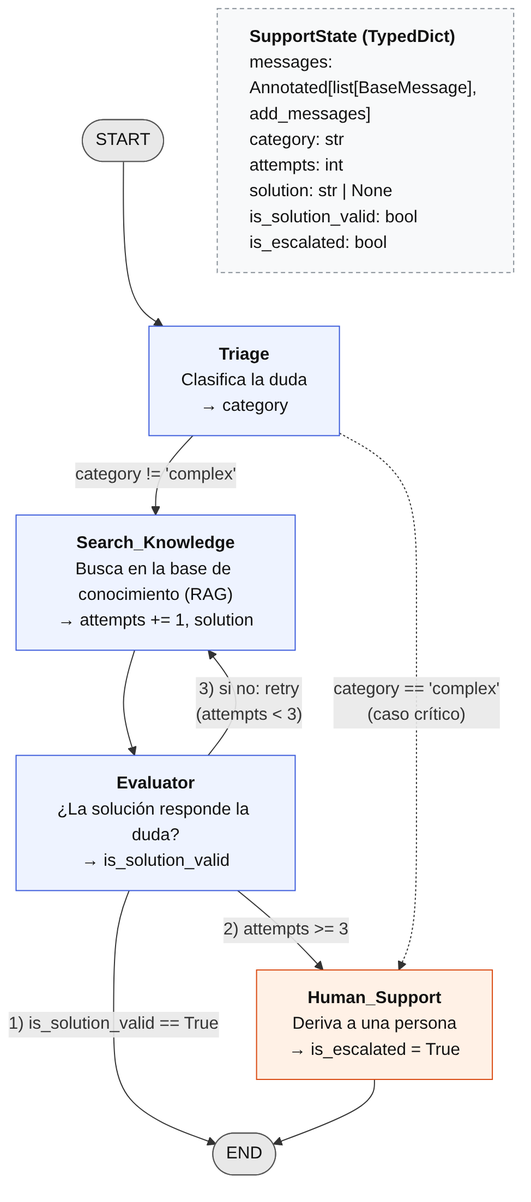
Before: modulo-05-langgraph/ejercicio-diseno-grafo/diagrama.png, a diagram exported from Mermaid (javiacuna/ai-engineering-coderhouse). Its source is kept beside it as modulo-05-langgraph/ejercicio-diseno-grafo/diagrama.mmd. Source of this version:
```mermaid
flowchart TD
    START([START])
    TRIAGE["<b>Triage</b><br/>Clasifica la duda<br/>→ category"]
    SEARCH["<b>Search_Knowledge</b><br/>Busca en la base de conocimiento (RAG)<br/>→ attempts += 1, solution"]
    EVAL["<b>Evaluator</b><br/>¿La solución responde la duda?<br/>→ is_solution_valid"]
    HUMAN["<b>Human_Support</b><br/>Deriva a una persona<br/>→ is_escalated = True"]
    END_NODE([END])

    START --> TRIAGE
    TRIAGE -- "category != 'complex'" --> SEARCH
    TRIAGE -. "category == 'complex'<br/>(caso crítico)" .-> HUMAN
    SEARCH --> EVAL
    EVAL -- "1) is_solution_valid == True" --> END_NODE
    EVAL -- "2) attempts >= 3" --> HUMAN
    EVAL -- "3) si no: retry<br/>(attempts < 3)" --> SEARCH
    HUMAN --> END_NODE

    STATE["<b>SupportState (TypedDict)</b><br/>messages: Annotated[list[BaseMessage], add_messages]<br/>category: str<br/>attempts: int<br/>solution: str | None<br/>is_solution_valid: bool<br/>is_escalated: bool"]
    STATE ~~~ TRIAGE

    classDef terminal fill:#e8e8e8,stroke:#555,color:#111
    classDef node fill:#eef3ff,stroke:#3b5bdb,color:#111
    classDef human fill:#fff1e6,stroke:#d9480f,color:#111
    classDef state fill:#f8f9fa,stroke:#868e96,stroke-dasharray:4 3,color:#111,text-align:left
    class START,END_NODE terminal
    class TRIAGE,SEARCH,EVAL node
    class HUMAN human
    class STATE state
```
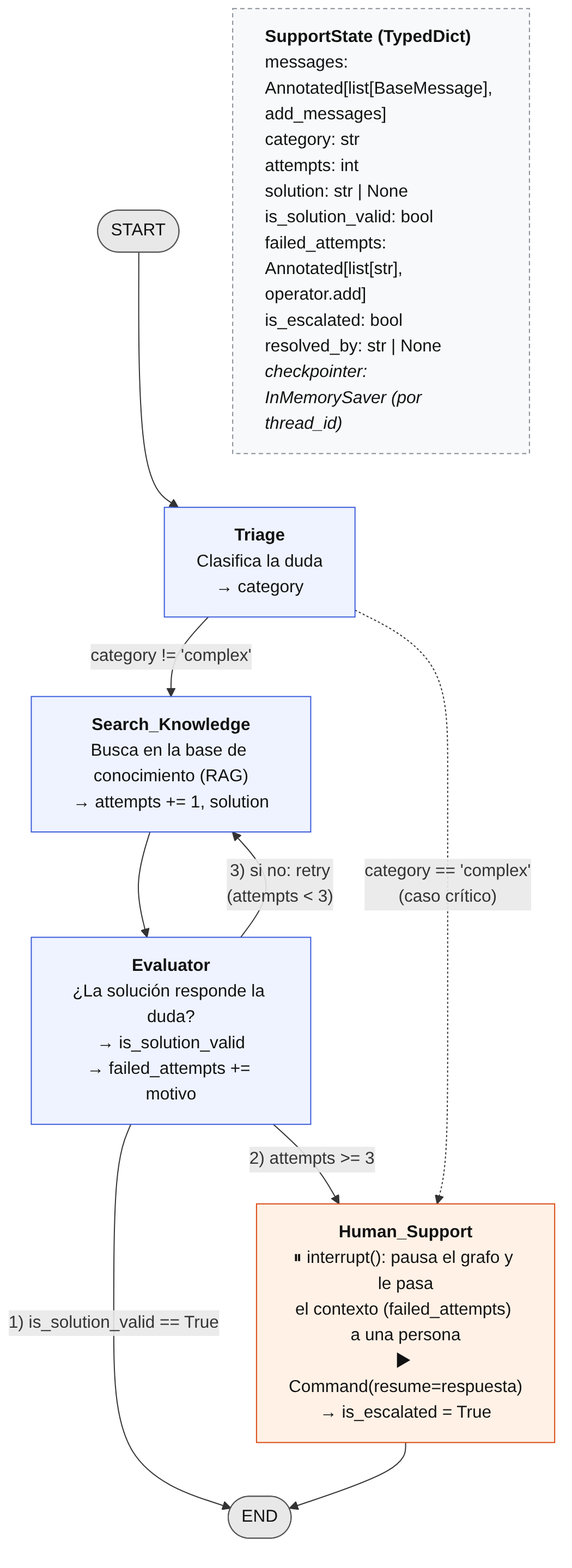
Above is the later version.

Commit message:
Module 5: audit trail and human-in-the-loop with checkpoints

What changed in the source:
```diff
@@ -2,8 +2,8 @@
     START([START])
     TRIAGE["<b>Triage</b><br/>Clasifica la duda<br/>→ category"]
     SEARCH["<b>Search_Knowledge</b><br/>Busca en la base de conocimiento (RAG)<br/>→ attempts += 1, solution"]
-    EVAL["<b>Evaluator</b><br/>¿La solución responde la duda?<br/>→ is_solution_valid"]
-    HUMAN["<b>Human_Support</b><br/>Deriva a una persona<br/>→ is_escalated = True"]
+    EVAL["<b>Evaluator</b><br/>¿La solución responde la duda?<br/>→ is_solution_valid<br/>→ failed_attempts += motivo"]
+    HUMAN["<b>Human_Support</b><br/>⏸ interrupt(): pausa el grafo y le pasa<br/>el contexto (failed_attempts) a una persona<br/>▶ Command(resume=respuesta)<br/>→ is_escalated = True"]
     END_NODE([END])
 
     START --> TRIAGE
@@ -15,7 +15,7 @@
     EVAL -- "3) si no: retry<br/>(attempts < 3)" --> SEARCH
     HUMAN --> END_NODE
 
-    STATE["<b>SupportState (TypedDict)</b><br/>messages: Annotated[list[BaseMessage], add_messages]<br/>category: str<br/>attempts: int<br/>solution: str | None<br/>is_solution_valid: bool<br/>is_escalated: bool"]
+    STATE["<b>SupportState (TypedDict)</b><br/>messages: Annotated[list[BaseMessage], add_messages]<br/>category: str<br/>attempts: int<br/>solution: str | None<br/>is_solution_valid: bool<br/>failed_attempts: Annotated[list[str], operator.add]<br/>is_escalated: bool<br/>resolved_by: str | None<br/><i>checkpointer: InMemorySaver (por thread_id)</i>"]
     STATE ~~~ TRIAGE
 
     classDef terminal fill:#e8e8e8,stroke:#555,color:#111
```
